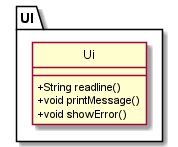
The PlantUML diagram docs/diagrams/UiClassDiagram.png in sevenseasofbri/tp, before a commit.
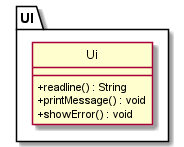
After the commit.

Diff of the diagram source:
```diff
@@ -1,13 +1,11 @@
 @startuml
-
-hide circle
-skinparam ClassAttributeIconSize 0
+!include style.puml
 
 package UI {
     Class Ui {
-        + String readline()
-        + void printMessage()
-        + void showError()
+        + readline() : String
+        + printMessage() : void
+        + showError() : void
     }
 }
 
```
